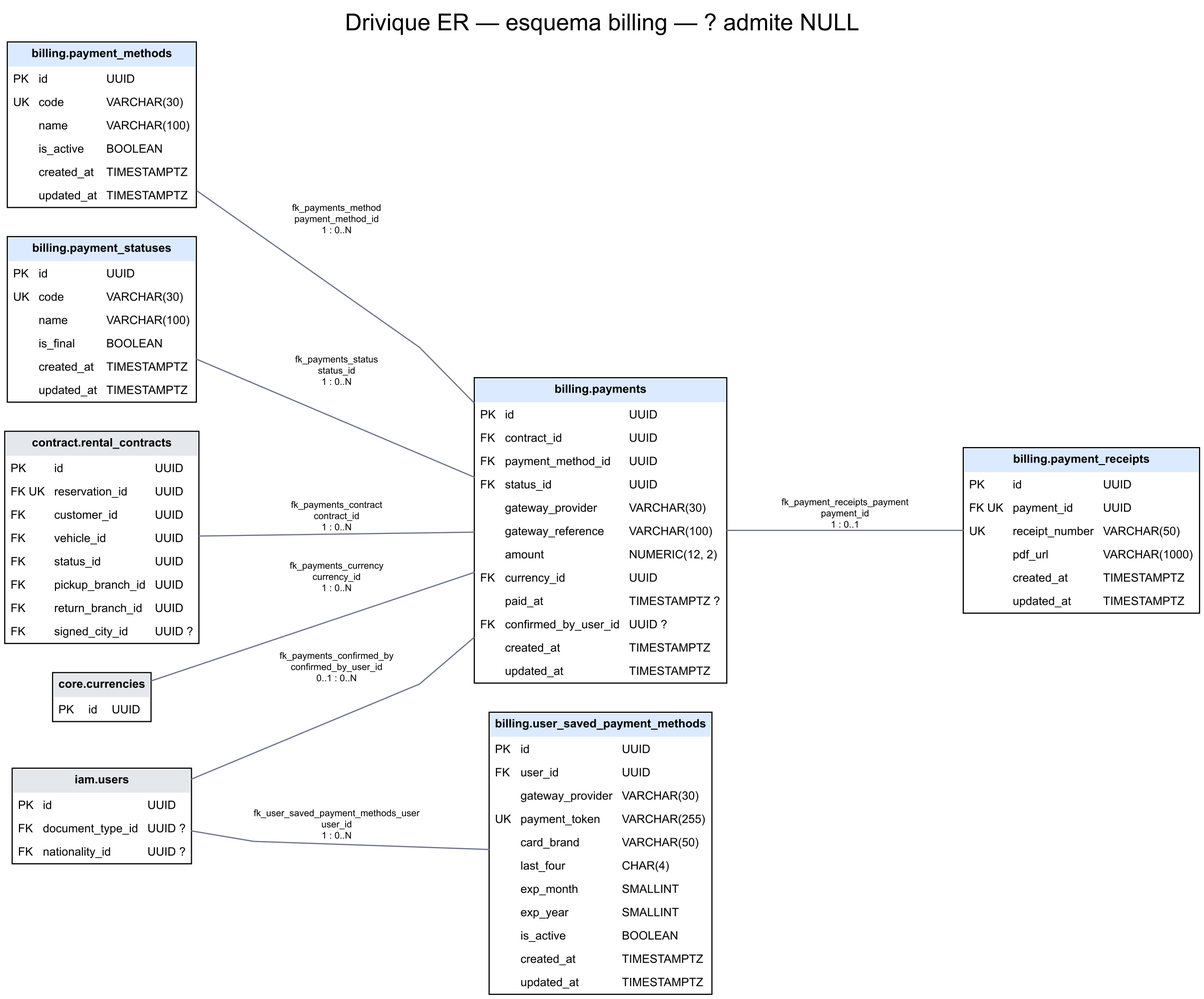
Before: docs/assets/diagrams/er-billing.png, a diagram exported from Graphviz (project-drivique/Documentation). Its source is kept beside it as docs/assets/diagrams/er-billing.dot.
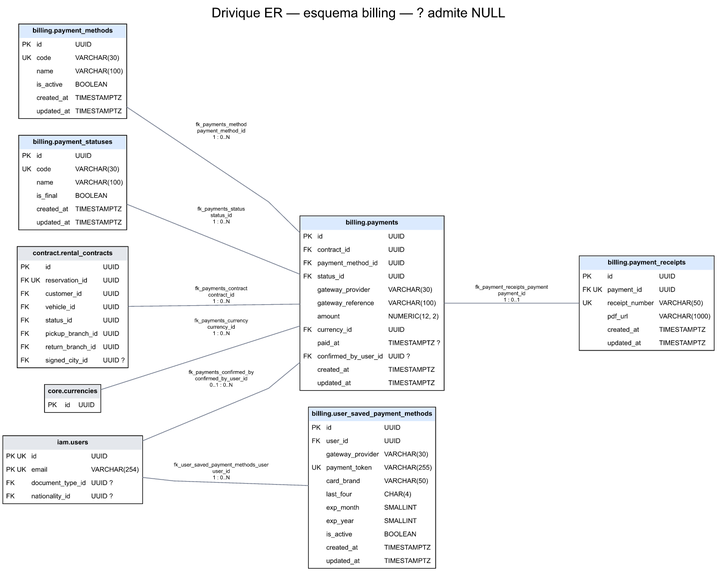
The same diagram one commit later.

What changed in the source:
```diff
@@ -9,7 +9,7 @@
 "billing.user_saved_payment_methods" [label=<<TABLE BORDER="1" CELLBORDER="0" CELLSPACING="0" CELLPADDING="4"><TR><TD COLSPAN="3" BGCOLOR="#dbeafe"><B>billing.user_saved_payment_methods</B></TD></TR><TR><TD ALIGN="LEFT">PK</TD><TD ALIGN="LEFT">id</TD><TD ALIGN="LEFT">UUID</TD></TR><TR><TD ALIGN="LEFT">FK</TD><TD ALIGN="LEFT">user_id</TD><TD ALIGN="LEFT">UUID</TD></TR><TR><TD ALIGN="LEFT"></TD><TD ALIGN="LEFT">gateway_provider</TD><TD ALIGN="LEFT">VARCHAR(30)</TD></TR><TR><TD ALIGN="LEFT">UK</TD><TD ALIGN="LEFT">payment_token</TD><TD ALIGN="LEFT">VARCHAR(255)</TD></TR><TR><TD ALIGN="LEFT"></TD><TD ALIGN="LEFT">card_brand</TD><TD ALIGN="LEFT">VARCHAR(50)</TD></TR><TR><TD ALIGN="LEFT"></TD><TD ALIGN="LEFT">last_four</TD><TD ALIGN="LEFT">CHAR(4)</TD></TR><TR><TD ALIGN="LEFT"></TD><TD ALIGN="LEFT">exp_month</TD><TD ALIGN="LEFT">SMALLINT</TD></TR><TR><TD ALIGN="LEFT"></TD><TD ALIGN="LEFT">exp_year</TD><TD ALIGN="LEFT">SMALLINT</TD></TR><TR><TD ALIGN="LEFT"></TD><TD ALIGN="LEFT">is_active</TD><TD ALIGN="LEFT">BOOLEAN</TD></TR><TR><TD ALIGN="LEFT"></TD><TD ALIGN="LEFT">created_at</TD><TD ALIGN="LEFT">TIMESTAMPTZ</TD></TR><TR><TD ALIGN="LEFT"></TD><TD ALIGN="LEFT">updated_at</TD><TD ALIGN="LEFT">TIMESTAMPTZ</TD></TR></TABLE>>,fontsize=10];
 "contract.rental_contracts" [label=<<TABLE BORDER="1" CELLBORDER="0" CELLSPACING="0" CELLPADDING="4"><TR><TD COLSPAN="3" BGCOLOR="#e4e7ec"><B>contract.rental_contracts</B></TD></TR><TR><TD ALIGN="LEFT">PK</TD><TD ALIGN="LEFT">id</TD><TD ALIGN="LEFT">UUID</TD></TR><TR><TD ALIGN="LEFT">FK UK</TD><TD ALIGN="LEFT">reservation_id</TD><TD ALIGN="LEFT">UUID</TD></TR><TR><TD ALIGN="LEFT">FK</TD><TD ALIGN="LEFT">customer_id</TD><TD ALIGN="LEFT">UUID</TD></TR><TR><TD ALIGN="LEFT">FK</TD><TD ALIGN="LEFT">vehicle_id</TD><TD ALIGN="LEFT">UUID</TD></TR><TR><TD ALIGN="LEFT">FK</TD><TD ALIGN="LEFT">status_id</TD><TD ALIGN="LEFT">UUID</TD></TR><TR><TD ALIGN="LEFT">FK</TD><TD ALIGN="LEFT">pickup_branch_id</TD><TD ALIGN="LEFT">UUID</TD></TR><TR><TD ALIGN="LEFT">FK</TD><TD ALIGN="LEFT">return_branch_id</TD><TD ALIGN="LEFT">UUID</TD></TR><TR><TD ALIGN="LEFT">FK</TD><TD ALIGN="LEFT">signed_city_id</TD><TD ALIGN="LEFT">UUID ?</TD></TR></TABLE>>,fontsize=10];
 "core.currencies" [label=<<TABLE BORDER="1" CELLBORDER="0" CELLSPACING="0" CELLPADDING="4"><TR><TD COLSPAN="3" BGCOLOR="#e4e7ec"><B>core.currencies</B></TD></TR><TR><TD ALIGN="LEFT">PK</TD><TD ALIGN="LEFT">id</TD><TD ALIGN="LEFT">UUID</TD></TR></TABLE>>,fontsize=10];
-"iam.users" [label=<<TABLE BORDER="1" CELLBORDER="0" CELLSPACING="0" CELLPADDING="4"><TR><TD COLSPAN="3" BGCOLOR="#e4e7ec"><B>iam.users</B></TD></TR><TR><TD ALIGN="LEFT">PK</TD><TD ALIGN="LEFT">id</TD><TD ALIGN="LEFT">UUID</TD></TR><TR><TD ALIGN="LEFT">FK</TD><TD ALIGN="LEFT">document_type_id</TD><TD ALIGN="LEFT">UUID ?</TD></TR><TR><TD ALIGN="LEFT">FK</TD><TD ALIGN="LEFT">nationality_id</TD><TD ALIGN="LEFT">UUID ?</TD></TR></TABLE>>,fontsize=10];
+"iam.users" [label=<<TABLE BORDER="1" CELLBORDER="0" CELLSPACING="0" CELLPADDING="4"><TR><TD COLSPAN="3" BGCOLOR="#e4e7ec"><B>iam.users</B></TD></TR><TR><TD ALIGN="LEFT">PK UK</TD><TD ALIGN="LEFT">id</TD><TD ALIGN="LEFT">UUID</TD></TR><TR><TD ALIGN="LEFT">PK UK</TD><TD ALIGN="LEFT">email</TD><TD ALIGN="LEFT">VARCHAR(254)</TD></TR><TR><TD ALIGN="LEFT">FK</TD><TD ALIGN="LEFT">document_type_id</TD><TD ALIGN="LEFT">UUID ?</TD></TR><TR><TD ALIGN="LEFT">FK</TD><TD ALIGN="LEFT">nationality_id</TD><TD ALIGN="LEFT">UUID ?</TD></TR></TABLE>>,fontsize=10];
 "billing.payments" -> "billing.payment_receipts" [label="fk_payment_receipts_payment\npayment_id\n1 : 0..1"];
 "contract.rental_contracts" -> "billing.payments" [label="fk_payments_contract\ncontract_id\n1 : 0..N"];
 "billing.payment_methods" -> "billing.payments" [label="fk_payments_method\npayment_method_id\n1 : 0..N"];
```
